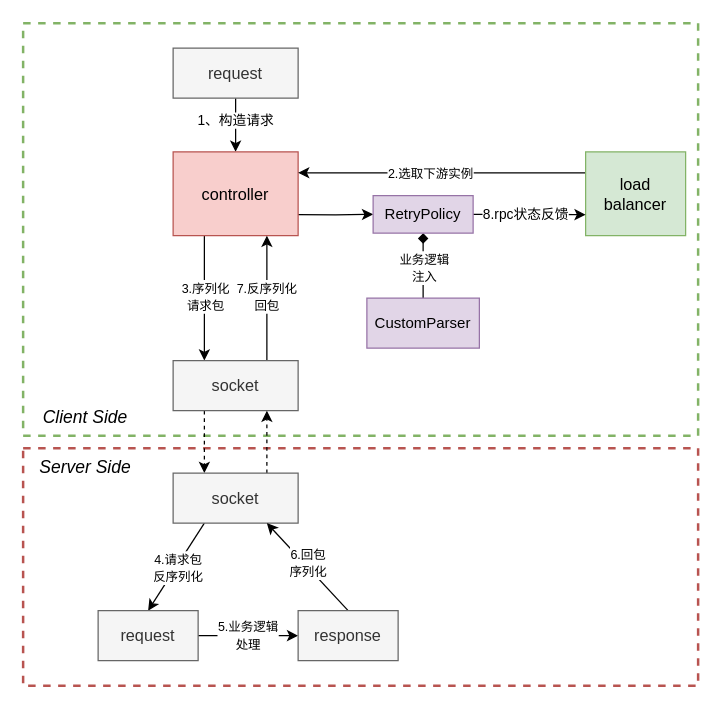
This is page "第 1 页" (1 of 2) of laplus.drawio from yantao006/draw_io, a draw.io file, before an edit. Source tidied: cells renumbered, new cells numbered last; positions are measured from the earlier drawing's top-left corner, leaving out a move shared by most shapes. Both pictures are drawn from the tidied source at 125%, with x=0, y=0 at pixel (22, 22).
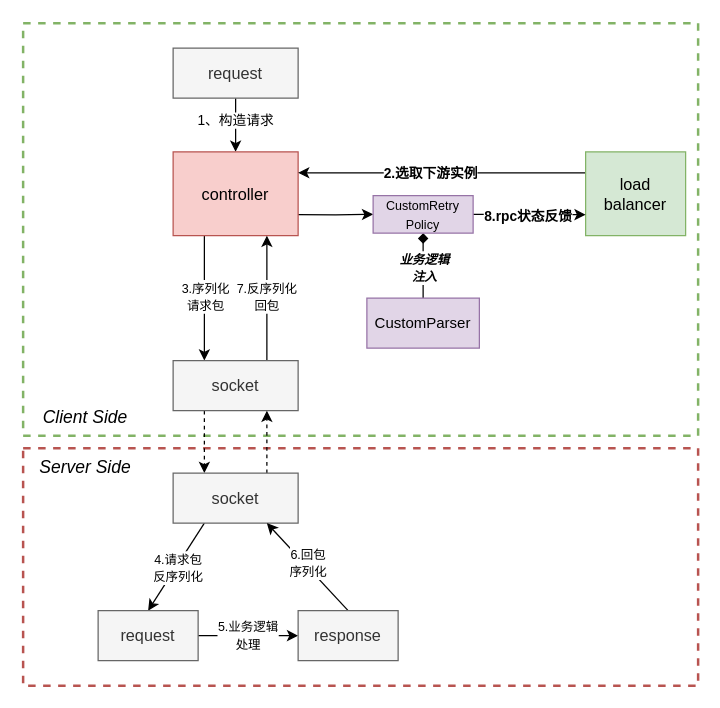
Above is the later version.

Unchanged cells that the change refers to:
```xml
<mxCell id="10" value="&lt;span style=&quot;font-size: 13px;&quot;&gt;controller&lt;br&gt;&lt;/span&gt;" style="rounded=0;whiteSpace=wrap;html=1;fillColor=#f8cecc;strokeColor=#b85450;" parent="1" vertex="1">
  <mxGeometry x="120" y="103" width="100" height="67" as="geometry" />
</mxCell>
<mxCell id="20" style="edgeStyle=orthogonalEdgeStyle;rounded=0;jettySize=auto;html=1;exitX=0;exitY=0.25;exitDx=0;exitDy=0;entryX=1;entryY=0.25;entryDx=0;entryDy=0;" parent="1" edge="1" source="22" target="10">
  <mxGeometry relative="1" as="geometry" />
</mxCell>
<mxCell id="22" value="&lt;span style=&quot;font-size: 13px;&quot;&gt;load&lt;br&gt;balancer&lt;br&gt;&lt;/span&gt;" style="rounded=0;whiteSpace=wrap;html=1;fillColor=#d5e8d4;strokeColor=#82b366;" parent="1" vertex="1">
  <mxGeometry x="450" y="103" width="80" height="67" as="geometry" />
</mxCell>
<mxCell id="25" value="&lt;font style=&quot;font-size: 12px;&quot;&gt;CustomParser&lt;/font&gt;" style="rounded=0;whiteSpace=wrap;html=1;fillColor=#e1d5e7;strokeColor=#9673a6;" parent="1" vertex="1">
  <mxGeometry x="275" y="220" width="90" height="40" as="geometry" />
</mxCell>
```

Change to the diagram source:
```diff
@@
-    <mxCell id="9" style="edgeStyle=orthogonalEdgeStyle;rounded=0;jettySize=auto;html=1;exitX=1;exitY=0.75;exitDx=0;exitDy=0;entryX=0;entryY=0.5;entryDx=0;entryDy=0;" parent="1" edge="1" source="10" target="28">
+    <mxCell id="9" style="edgeStyle=orthogonalEdgeStyle;rounded=0;jettySize=auto;html=1;exitX=1;exitY=0.75;exitDx=0;exitDy=0;entryX=0;entryY=0.5;entryDx=0;entryDy=0;" parent="1" edge="1" source="10" target="35">
       <mxGeometry relative="1" as="geometry" />
     </mxCell>
@@
-    <mxCell id="21" value="&lt;font style=&quot;font-size: 10px;&quot;&gt;2.选取下游实例&lt;/font&gt;" style="edgeLabel;html=1;align=center;verticalAlign=middle;" parent="20" vertex="1">
+    <mxCell id="21" value="&lt;font size=&quot;1&quot; style=&quot;&quot;&gt;&lt;b style=&quot;font-size: 11px;&quot;&gt;2.选取下游实例&lt;/b&gt;&lt;/font&gt;" style="edgeLabel;html=1;align=center;verticalAlign=middle;" parent="20" vertex="1">
       <mxGeometry x="0.09" relative="1" as="geometry" />
     </mxCell>
@@
-    <mxCell id="23" style="edgeStyle=orthogonalEdgeStyle;rounded=0;jettySize=auto;html=1;exitX=0.5;exitY=0;exitDx=0;exitDy=0;entryX=0.5;entryY=1;entryDx=0;entryDy=0;endArrow=diamond;endFill=1;" parent="1" edge="1" source="25" target="28">
+    <mxCell id="23" style="edgeStyle=orthogonalEdgeStyle;rounded=0;jettySize=auto;html=1;exitX=0.5;exitY=0;exitDx=0;exitDy=0;entryX=0.5;entryY=1;entryDx=0;entryDy=0;endArrow=diamond;endFill=1;" parent="1" edge="1" source="25" target="35">
       <mxGeometry relative="1" as="geometry" />
     </mxCell>
-    <mxCell id="24" value="&lt;font style=&quot;font-size: 10px;&quot;&gt;业务逻辑&lt;br&gt;注入&lt;/font&gt;" style="edgeLabel;html=1;align=center;verticalAlign=middle;" parent="23" vertex="1">
+    <mxCell id="24" value="&lt;font style=&quot;font-size: 10px;&quot;&gt;&lt;b&gt;&lt;i&gt;业务逻辑&lt;br&gt;注入&lt;/i&gt;&lt;/b&gt;&lt;/font&gt;" style="edgeLabel;html=1;align=center;verticalAlign=middle;" parent="23" vertex="1">
       <mxGeometry x="-0.04" relative="1" as="geometry" />
     </mxCell>
@@
-    <mxCell id="26" style="edgeStyle=orthogonalEdgeStyle;rounded=0;jettySize=auto;html=1;exitX=1;exitY=0.5;exitDx=0;exitDy=0;entryX=0;entryY=0.75;entryDx=0;entryDy=0;" parent="1" edge="1" source="28" target="22">
+    <mxCell id="26" style="edgeStyle=orthogonalEdgeStyle;rounded=0;jettySize=auto;html=1;exitX=1;exitY=0.5;exitDx=0;exitDy=0;entryX=0;entryY=0.75;entryDx=0;entryDy=0;" parent="1" edge="1" source="35" target="22">
       <mxGeometry relative="1" as="geometry" />
     </mxCell>
-    <mxCell id="27" value="8.rpc状态反馈" style="edgeLabel;html=1;align=center;verticalAlign=middle;" parent="26" vertex="1">
-      <mxGeometry x="-0.1" y="1" relative="1" as="geometry" />
+    <mxCell id="27" value="&lt;b style=&quot;border-color: var(--border-color);&quot;&gt;8.rpc状态反馈&lt;/b&gt;" style="edgeLabel;html=1;align=center;verticalAlign=middle;" parent="26" vertex="1">
+      <mxGeometry x="-0.05" y="-1" relative="1" as="geometry" />
     </mxCell>
-    <mxCell id="28" value="&lt;font style=&quot;font-size: 12px;&quot;&gt;RetryPolicy&lt;/font&gt;" style="rounded=0;whiteSpace=wrap;html=1;fillColor=#e1d5e7;strokeColor=#9673a6;" parent="1" vertex="1">
-      <mxGeometry x="280" y="138" width="80" height="30" as="geometry" />
-    </mxCell>
@@
+    <mxCell id="35" value="&lt;font style=&quot;font-size: 10px;&quot;&gt;CustomRetry&lt;br&gt;Policy&lt;/font&gt;" style="rounded=0;whiteSpace=wrap;html=1;fillColor=#e1d5e7;strokeColor=#9673a6;" parent="1" vertex="1">
+      <mxGeometry x="280" y="138" width="80" height="30" as="geometry" />
+    </mxCell>
```
